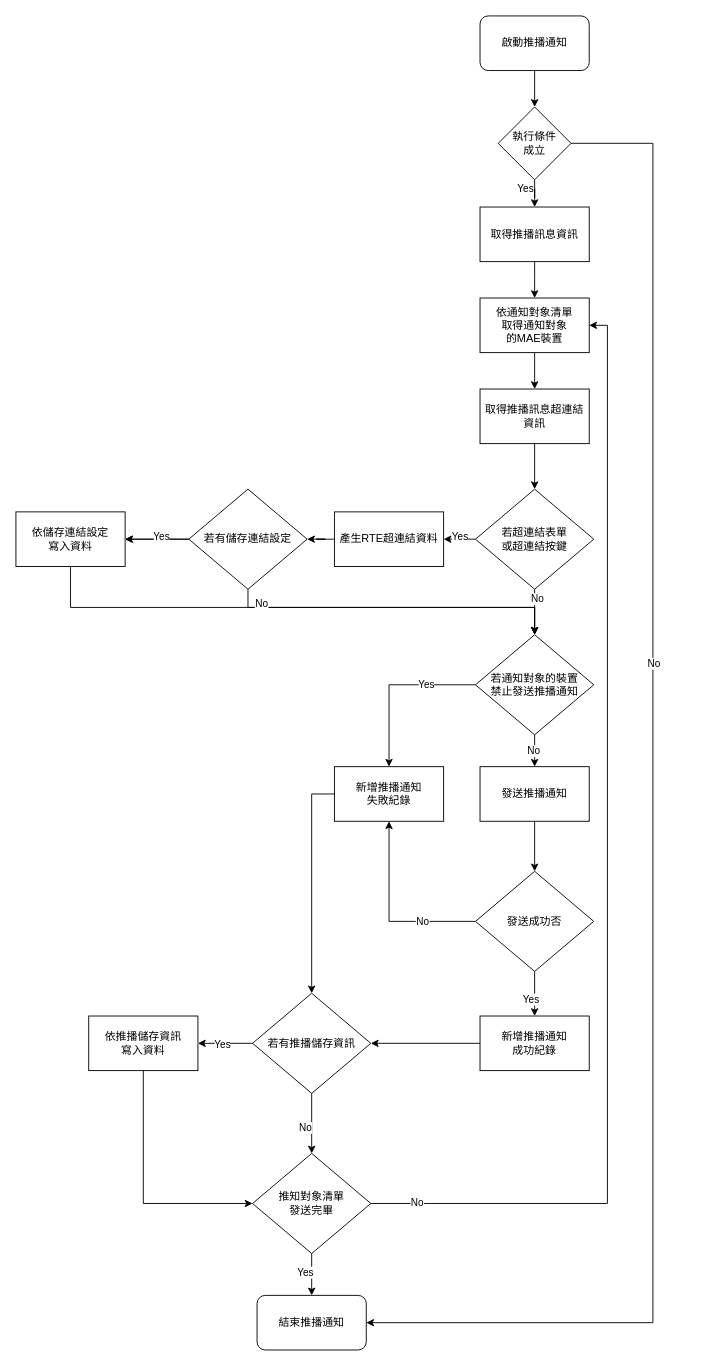
This is page "RTE發送推播通知流程" (5 of 6) of 8.10.0/UPDATE/ITEM_2/RTE/diagram/推播通知案例模擬.drawio from ArcareRD/sadocs, a draw.io file, before an edit. Source tidied: cells renumbered, new cells numbered last; positions are measured from the earlier drawing's top-left corner, leaving out a move shared by most shapes. Both pictures are drawn from the tidied source at 91%, with x=0, y=0 at pixel (15, 15).
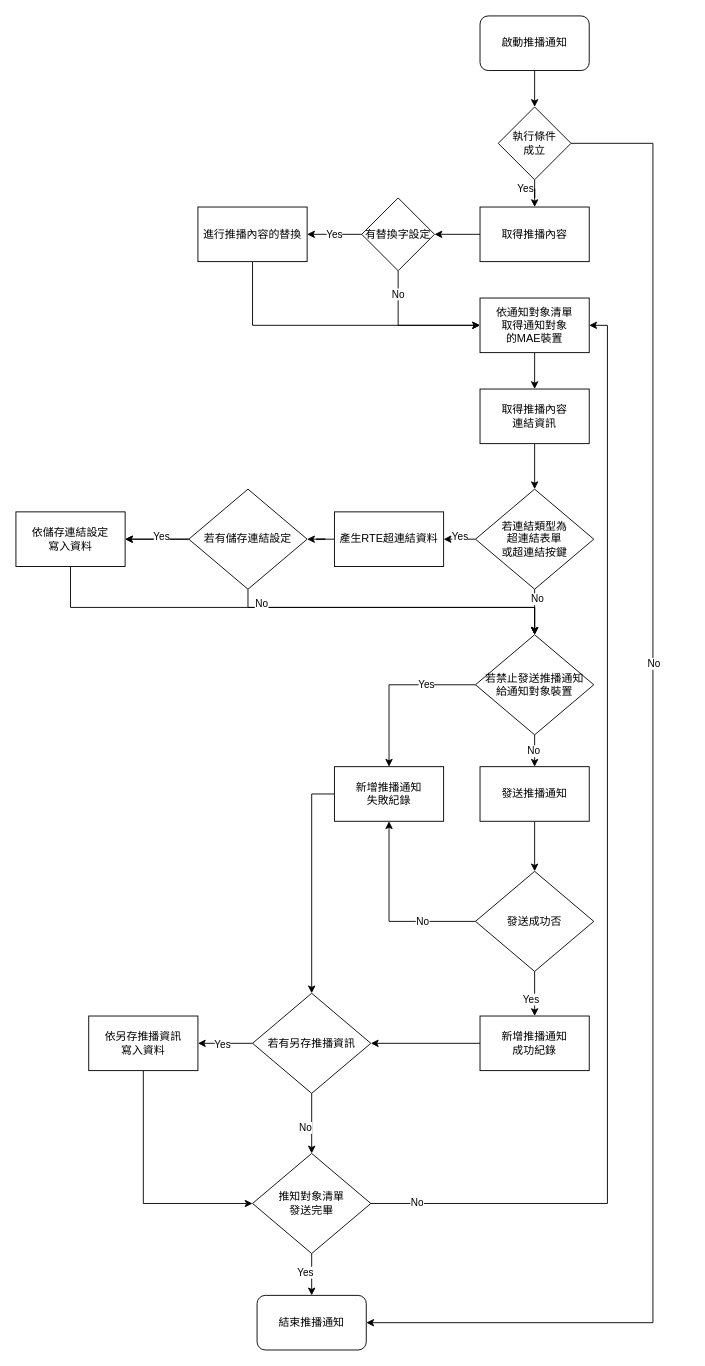
After the change.

Unchanged cells that the change refers to:
```xml
<mxCell id="3" value="依通知對象清單&lt;br&gt;取得通知對象&lt;br&gt;的MAE裝置" style="whiteSpace=wrap;html=1;" parent="1" vertex="1">
  <mxGeometry x="510" y="310" width="120" height="60" as="geometry" />
</mxCell>
```

What changed in the source:
```diff
@@
-    <mxCell id="4" style="edgeStyle=orthogonalEdgeStyle;rounded=0;jettySize=auto;html=1;" parent="1" edge="1" source="5">
-      <mxGeometry relative="1" as="geometry">
-        <mxPoint x="570" y="310" as="targetPoint" />
-      </mxGeometry>
-    </mxCell>
+    <mxCell id="59" style="edgeStyle=orthogonalEdgeStyle;rounded=0;jettySize=auto;html=1;entryX=1;entryY=0.5;entryDx=0;entryDy=0;" parent="1" edge="1" source="5" target="62">
+      <mxGeometry relative="1" as="geometry" />
+    </mxCell>
-    <mxCell id="5" value="取得推播訊息資訊" style="whiteSpace=wrap;html=1;" parent="1" vertex="1">
+    <mxCell id="5" value="取得推播內容" style="whiteSpace=wrap;html=1;" parent="1" vertex="1">
       <mxGeometry x="510" y="210" width="120" height="60" as="geometry" />
     </mxCell>
@@
-    <mxCell id="8" value="&lt;span&gt;若通知對象的裝置&lt;/span&gt;&lt;br&gt;&lt;span&gt;禁止發送推播通知&lt;/span&gt;" style="rhombus;whiteSpace=wrap;html=1;" parent="1" vertex="1">
+    <mxCell id="8" value="&lt;span&gt;若&lt;/span&gt;&lt;span&gt;禁止發送推播通知&lt;br&gt;給&lt;/span&gt;通知對象裝置&lt;span&gt;&lt;br&gt;&lt;/span&gt;" style="rhombus;whiteSpace=wrap;html=1;" parent="1" vertex="1">
       <mxGeometry x="505" y="680" width="130" height="110" as="geometry" />
     </mxCell>
@@
-    <mxCell id="31" value="取得推播訊息超連結資訊" style="whiteSpace=wrap;html=1;" parent="1" vertex="1">
+    <mxCell id="31" value="取得推播內容&lt;br&gt;連結資訊" style="whiteSpace=wrap;html=1;" parent="1" vertex="1">
       <mxGeometry x="510" y="410" width="120" height="60" as="geometry" />
     </mxCell>
@@
-    <mxCell id="40" value="若有推播儲存資訊" style="rhombus;whiteSpace=wrap;html=1;" parent="1" vertex="1">
+    <mxCell id="40" value="若有另存推播資訊" style="rhombus;whiteSpace=wrap;html=1;" parent="1" vertex="1">
       <mxGeometry x="260" y="1074" width="130" height="110" as="geometry" />
     </mxCell>
@@
-    <mxCell id="42" value="依推播儲存資訊&lt;br&gt;寫入資料" style="whiteSpace=wrap;html=1;" parent="1" vertex="1">
+    <mxCell id="42" value="依另存推播資訊&lt;br&gt;寫入資料" style="whiteSpace=wrap;html=1;" parent="1" vertex="1">
       <mxGeometry x="80" y="1099" width="120" height="60" as="geometry" />
     </mxCell>
@@
-    <mxCell id="54" value="若超連結表單&lt;br&gt;或超連結按鍵" style="rhombus;whiteSpace=wrap;html=1;" parent="1" vertex="1">
+    <mxCell id="54" value="若連結類型為&lt;br&gt;超連結表單&lt;br&gt;或超連結按鍵" style="rhombus;whiteSpace=wrap;html=1;" parent="1" vertex="1">
       <mxGeometry x="505" y="520" width="130" height="110" as="geometry" />
     </mxCell>
@@
+    <mxCell id="60" style="edgeStyle=orthogonalEdgeStyle;rounded=0;jettySize=auto;html=1;" parent="1" edge="1" source="62" target="64">
+      <mxGeometry relative="1" as="geometry" />
+    </mxCell>
+    <mxCell id="61" style="edgeStyle=orthogonalEdgeStyle;rounded=0;jettySize=auto;html=1;entryX=0;entryY=0.5;entryDx=0;entryDy=0;exitX=0.5;exitY=1;exitDx=0;exitDy=0;" parent="1" edge="1" source="62" target="3">
+      <mxGeometry relative="1" as="geometry" />
+    </mxCell>
+    <mxCell id="62" value="有替換字設定" style="rhombus;whiteSpace=wrap;html=1;" parent="1" vertex="1">
+      <mxGeometry x="380" y="200" width="80" height="80" as="geometry" />
+    </mxCell>
+    <mxCell id="63" style="edgeStyle=orthogonalEdgeStyle;rounded=0;jettySize=auto;html=1;entryX=0;entryY=0.5;entryDx=0;entryDy=0;exitX=0.5;exitY=1;exitDx=0;exitDy=0;" parent="1" edge="1" source="64" target="3">
+      <mxGeometry relative="1" as="geometry" />
+    </mxCell>
+    <mxCell id="64" value="進行推播內容的替換" style="whiteSpace=wrap;html=1;" parent="1" vertex="1">
+      <mxGeometry x="200" y="210" width="120" height="60" as="geometry" />
+    </mxCell>
+    <mxCell id="65" value="No" style="edgeLabel;html=1;align=center;verticalAlign=middle;" parent="1" vertex="1">
+      <mxGeometry x="510" y="545" as="geometry">
+        <mxPoint x="-91" y="-240" as="offset" />
+      </mxGeometry>
+    </mxCell>
+    <mxCell id="66" value="Yes" style="edgeLabel;html=1;align=center;verticalAlign=middle;" parent="1" vertex="1">
+      <mxGeometry x="530" y="570" as="geometry">
+        <mxPoint x="-181" y="-331" as="offset" />
+      </mxGeometry>
+    </mxCell>
```
